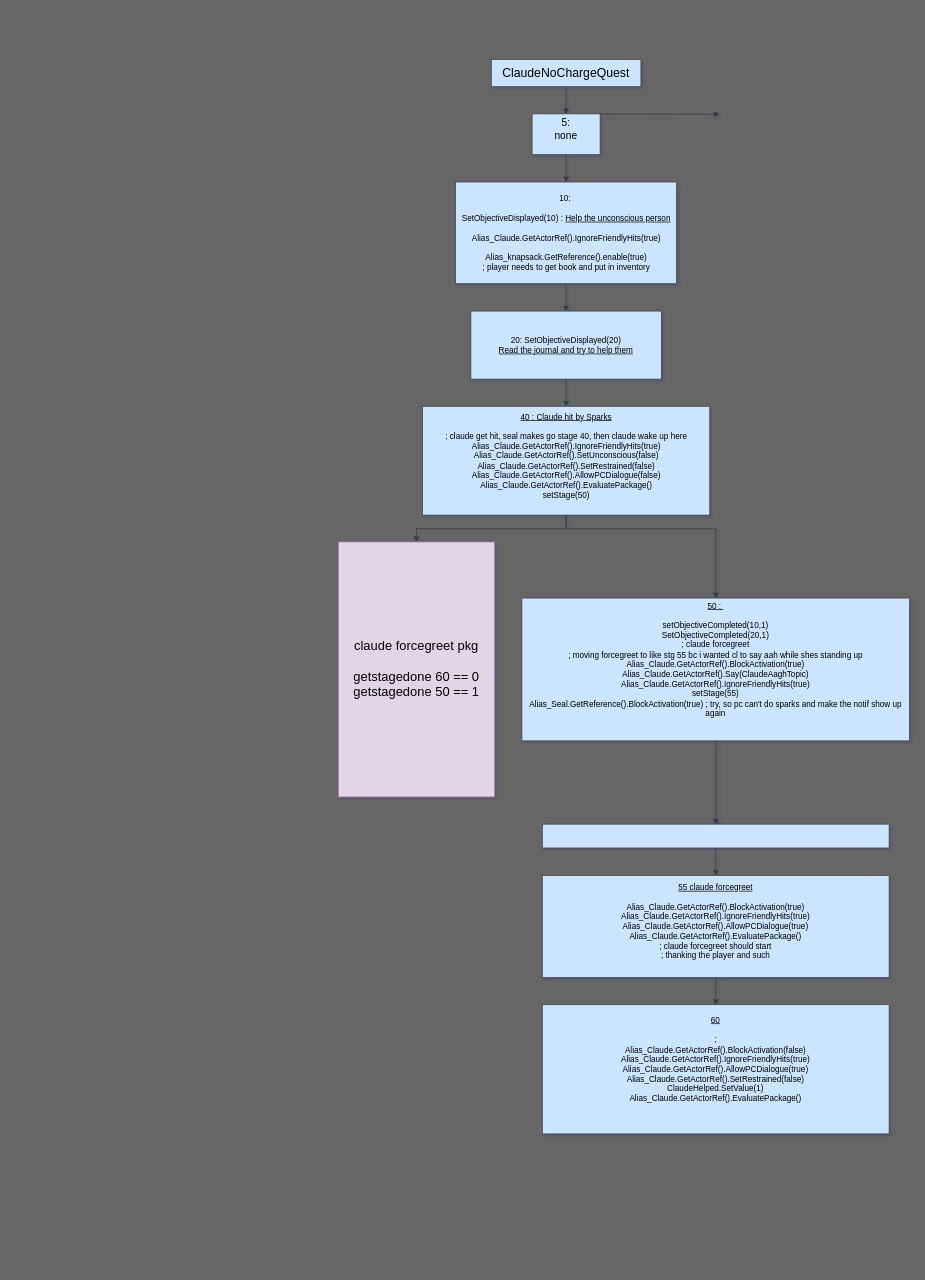
Before: Untitled Diagram.drawio in nadzuwu/plana, a draw.io diagram. Source tidied: cells renumbered, new cells numbered last; positions are measured from the earlier drawing's top-left corner, leaving out a move shared by most shapes. Both pictures are drawn from the tidied source at 68%, with x=0, y=0 at pixel (338, 12).
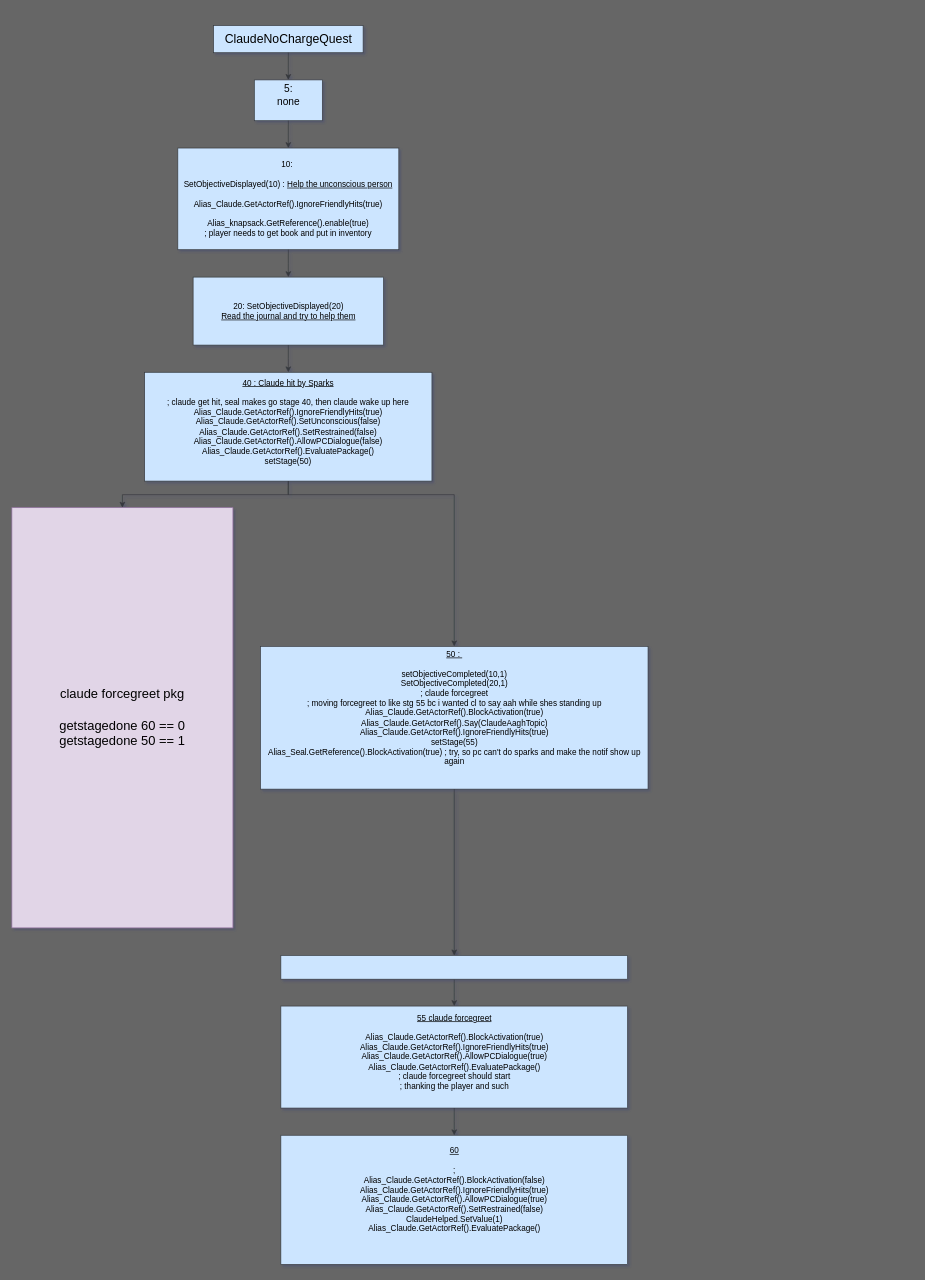
The same page after the edit.

Commit message:
why is this so user unfriendly HAHAHAHA

Unchanged cells that the change refers to:
```xml
<mxCell id="2" style="group;transparentBounds=1;groupPadding=20;containerType=tree;rounded=0;labelBackgroundColor=none;align=center;verticalAlign=middle;textShadow=0;whiteSpace=wrap;fillColor=none;" parent="1" vertex="1">
  <mxGeometry as="geometry" />
</mxCell>
```

The edit, as a diff of the source:
```diff
@@
     <mxCell id="3" value="&lt;font style=&quot;font-size: 18px;&quot;&gt;ClaudeNoChargeQuest&lt;/font&gt;" style="whiteSpace=wrap;html=1;rounded=0;labelBackgroundColor=none;align=center;verticalAlign=middle;textShadow=0;fillColor=#cce5ff;strokeColor=#36393d;" parent="2" vertex="1">
-      <mxGeometry x="225" y="70" width="220" height="40" as="geometry" />
+      <mxGeometry x="-183.5" y="20" width="220" height="40" as="geometry" />
     </mxCell>
-    <mxCell id="4" style="rounded=0;jettySize=auto;html=1;exitX=1;exitY=0;exitDx=0;exitDy=0;defaultLabelBackgroundColor=page;noEdgeStyle=1;orthogonal=1;curved=0;fontColor=default;align=center;verticalAlign=middle;textShadow=0;fillColor=#cce5ff;strokeColor=#36393d;" parent="2" edge="1" source="5">
-      <mxGeometry relative="1" as="geometry">
-        <mxPoint x="560.2" y="150.3" as="targetPoint" />
-      </mxGeometry>
-    </mxCell>
     <mxCell id="5" value="&lt;font style=&quot;font-size: 15px;&quot;&gt;5:&lt;br&gt;none&lt;/font&gt;&lt;div&gt;&lt;br&gt;&lt;/div&gt;" style="whiteSpace=wrap;html=1;points=[[0,0,1,0,0],[0.25,0,1,0,0],[0.5,0,1,0,0],[0.75,0,1,0,0],[1,0,1,0,0],[0,0.25,1,0,0],[0,0.5,1,0,0],[0,0.75,1,0,0],[1,0.25,1,0,0],[1,0.5,1,0,0],[1,0.75,1,0,0],[0,1,1,0,0],[0.25,1,1,0,0],[0.5,1,1,0,0],[0.75,1,1,0,0],[1,1,1,0,0],[0.8,0.75,0,0,0]];rounded=0;labelBackgroundColor=none;align=center;verticalAlign=middle;textShadow=0;fillColor=#cce5ff;strokeColor=#36393d;" parent="2" vertex="1">
-      <mxGeometry x="285" y="150" width="100" height="60" as="geometry" />
+      <mxGeometry x="-123.5" y="100" width="100" height="60" as="geometry" />
     </mxCell>
     <mxCell id="6" style="html=1;rounded=0;curved=0;sourcePerimeterSpacing=0;targetPerimeterSpacing=0;startSize=6;endSize=6;defaultLabelBackgroundColor=page;fontColor=default;align=center;verticalAlign=middle;textShadow=0;fillColor=#cce5ff;strokeColor=#36393d;exitX=0.5;exitY=1;entryX=0.5;entryY=0;edgeStyle=orthogonalEdgeStyle;" parent="2" edge="1" source="3" target="5">
       <mxGeometry relative="1" as="geometry">
         <Array as="points">
-          <mxPoint x="335" y="130" />
+          <mxPoint x="-73.5" y="80" />
         </Array>
       </mxGeometry>
     </mxCell>
     <mxCell id="7" style="html=1;rounded=0;curved=0;sourcePerimeterSpacing=0;targetPerimeterSpacing=0;startSize=6;endSize=6;defaultLabelBackgroundColor=page;fontColor=default;align=center;verticalAlign=middle;textShadow=0;fillColor=#cce5ff;strokeColor=#36393d;exitX=0.5;exitY=1;entryX=0.5;entryY=0;edgeStyle=orthogonalEdgeStyle;" parent="2" edge="1" source="5" target="8">
       <mxGeometry relative="1" as="geometry">
         <Array as="points">
-          <mxPoint x="335" y="230" />
+          <mxPoint x="-73.5" y="180" />
         </Array>
       </mxGeometry>
     </mxCell>
     <mxCell id="8" value="10:&amp;nbsp;&lt;div&gt;&lt;br&gt;&lt;div&gt;SetObjectiveDisplayed(10) : &lt;u&gt;Help the unconscious person&lt;/u&gt;&lt;/div&gt;&lt;div&gt;&lt;u&gt;&lt;br&gt;&lt;/u&gt;&lt;/div&gt;&lt;div&gt;Alias_Claude.GetActorRef().IgnoreFriendlyHits(true)&lt;/div&gt;&lt;div&gt;&lt;br&gt;&lt;/div&gt;&lt;div&gt;Alias_knapsack.GetReference().enable(true)&lt;/div&gt;&lt;div&gt;; player needs to get book and put in inventory&lt;/div&gt;&lt;/div&gt;" style="whiteSpace=wrap;html=1;points=[[0,0,1,0,0],[0.25,0,1,0,0],[0.5,0,1,0,0],[0.75,0,1,0,0],[1,0,1,0,0],[0,0.25,1,0,0],[0,0.5,1,0,0],[0,0.75,1,0,0],[1,0.25,1,0,0],[1,0.5,1,0,0],[1,0.75,1,0,0],[0,1,1,0,0],[0.25,1,1,0,0],[0.5,1,1,0,0],[0.75,1,1,0,0],[1,1,1,0,0],[0.8,0.75,0,0,0]];rounded=0;labelBackgroundColor=none;align=center;verticalAlign=middle;textShadow=0;fillColor=#cce5ff;strokeColor=#36393d;" parent="2" vertex="1">
-      <mxGeometry x="172.5" y="250.2" width="325" height="149.5" as="geometry" />
+      <mxGeometry x="-236" y="200.2" width="325" height="149.5" as="geometry" />
     </mxCell>
     <mxCell id="9" style="html=1;rounded=0;curved=0;sourcePerimeterSpacing=0;targetPerimeterSpacing=0;startSize=6;endSize=6;defaultLabelBackgroundColor=page;fontColor=default;align=center;verticalAlign=middle;textShadow=0;fillColor=#cce5ff;strokeColor=#36393d;exitX=0.5;exitY=1;entryX=0.5;entryY=0;edgeStyle=orthogonalEdgeStyle;" parent="2" edge="1" source="8" target="10">
       <mxGeometry relative="1" as="geometry">
         <Array as="points">
-          <mxPoint x="335" y="419.8" />
+          <mxPoint x="-73.5" y="369.8" />
         </Array>
       </mxGeometry>
     </mxCell>
     <mxCell id="10" value="&lt;div&gt;20: SetObjectiveDisplayed(20)&lt;/div&gt;&lt;div&gt;&lt;u&gt;Read the journal and try to help them&lt;/u&gt;&lt;/div&gt;" style="whiteSpace=wrap;html=1;points=[[0,0,1,0,0],[0.25,0,1,0,0],[0.5,0,1,0,0],[0.75,0,1,0,0],[1,0,1,0,0],[0,0.25,1,0,0],[0,0.5,1,0,0],[0,0.75,1,0,0],[1,0.25,1,0,0],[1,0.5,1,0,0],[1,0.75,1,0,0],[0,1,1,0,0],[0.25,1,1,0,0],[0.5,1,1,0,0],[0.75,1,1,0,0],[1,1,1,0,0],[0.8,0.75,0,0,0]];rounded=0;labelBackgroundColor=none;align=center;verticalAlign=middle;textShadow=0;fillColor=#cce5ff;strokeColor=#36393d;" parent="2" vertex="1">
-      <mxGeometry x="195" y="440" width="280" height="100" as="geometry" />
+      <mxGeometry x="-213.5" y="390" width="280" height="100" as="geometry" />
     </mxCell>
     <mxCell id="11" style="html=1;rounded=0;curved=0;sourcePerimeterSpacing=0;targetPerimeterSpacing=0;startSize=6;endSize=6;defaultLabelBackgroundColor=page;fontColor=default;align=center;verticalAlign=middle;textShadow=0;fillColor=#cce5ff;strokeColor=#36393d;exitX=0.5;exitY=1;entryX=0.5;entryY=0;edgeStyle=orthogonalEdgeStyle;" parent="2" edge="1" source="10" target="12">
       <mxGeometry relative="1" as="geometry">
         <Array as="points">
-          <mxPoint x="335" y="560" />
+          <mxPoint x="-73.5" y="510" />
         </Array>
       </mxGeometry>
     </mxCell>
     <mxCell id="12" value="&lt;div&gt;&lt;u&gt;40 : Claude hit by Sparks&lt;/u&gt;&lt;/div&gt;&lt;div&gt;&lt;u&gt;&lt;br&gt;&lt;/u&gt;; claude get hit, seal makes go stage 40, then claude wake up here&lt;/div&gt;&lt;div&gt;Alias_Claude.GetActorRef().IgnoreFriendlyHits(true)&lt;/div&gt;&lt;div&gt;Alias_Claude.GetActorRef().SetUnconscious(false)&lt;/div&gt;&lt;div&gt;Alias_Claude.GetActorRef().SetRestrained(false)&lt;/div&gt;&lt;div&gt;Alias_Claude.GetActorRef().AllowPCDialogue(false)&lt;/div&gt;&lt;div&gt;Alias_Claude.GetActorRef().EvaluatePackage()&lt;/div&gt;&lt;div&gt;setStage(50)&lt;/div&gt;&lt;div&gt;&lt;br&gt;&lt;/div&gt;" style="whiteSpace=wrap;html=1;points=[[0,0,1,0,0],[0.25,0,1,0,0],[0.5,0,1,0,0],[0.75,0,1,0,0],[1,0,1,0,0],[0,0.25,1,0,0],[0,0.5,1,0,0],[0,0.75,1,0,0],[1,0.25,1,0,0],[1,0.5,1,0,0],[1,0.75,1,0,0],[0,1,1,0,0],[0.25,1,1,0,0],[0.5,1,1,0,0],[0.75,1,1,0,0],[1,1,1,0,0],[0.8,0.75,0,0,0]];rounded=0;labelBackgroundColor=none;align=center;verticalAlign=middle;textShadow=0;fillColor=#cce5ff;strokeColor=#36393d;" parent="2" vertex="1">
-      <mxGeometry x="123.8" y="580" width="422.5" height="160" as="geometry" />
+      <mxGeometry x="-284.8" y="530" width="422.5" height="160" as="geometry" />
     </mxCell>
     <mxCell id="13" style="html=1;rounded=0;curved=0;sourcePerimeterSpacing=0;targetPerimeterSpacing=0;startSize=6;endSize=6;defaultLabelBackgroundColor=page;fontColor=default;align=center;verticalAlign=middle;textShadow=0;fillColor=#cce5ff;strokeColor=#36393d;exitX=0.5;exitY=1;entryX=0.5;entryY=0;edgeStyle=orthogonalEdgeStyle;" parent="2" edge="1" source="12" target="14">
       <mxGeometry relative="1" as="geometry">
         <Array as="points">
-          <mxPoint x="335" y="760" />
-          <mxPoint x="555" y="759.5" />
+          <mxPoint x="-73.5" y="710" />
+          <mxPoint x="170.5" y="709.1" />
         </Array>
       </mxGeometry>
     </mxCell>
     <mxCell id="14" value="&lt;div&gt;&lt;u&gt;50 :&amp;nbsp;&lt;/u&gt;&lt;/div&gt;&lt;div&gt;&lt;u&gt;&lt;br&gt;&lt;/u&gt;&lt;div&gt;setObjectiveCompleted(10,1)&lt;/div&gt;&lt;div&gt;SetObjectiveCompleted(20,1)&lt;/div&gt;&lt;div&gt;; claude forcegreet&lt;/div&gt;&lt;div&gt;; moving forcegreet to like stg 55 bc i wanted cl to say aah while shes standing up&lt;/div&gt;&lt;div&gt;Alias_Claude.GetActorRef().BlockActivation(true)&lt;/div&gt;&lt;div&gt;Alias_Claude.GetActorRef().Say(ClaudeAaghTopic)&lt;/div&gt;&lt;div&gt;Alias_Claude.GetActorRef().IgnoreFriendlyHits(true)&lt;/div&gt;&lt;div&gt;setStage(55)&lt;/div&gt;&lt;div&gt;Alias_Seal.GetReference().BlockActivation(true) ; try, so pc can't do sparks and make the notif show up again&lt;/div&gt;&lt;/div&gt;&lt;div&gt;&lt;br&gt;&lt;/div&gt;&lt;div&gt;&lt;br&gt;&lt;/div&gt;" style="whiteSpace=wrap;html=1;points=[[0,0,1,0,0],[0.25,0,1,0,0],[0.5,0,1,0,0],[0.75,0,1,0,0],[1,0,1,0,0],[0,0.25,1,0,0],[0,0.5,1,0,0],[0,0.75,1,0,0],[1,0.25,1,0,0],[1,0.5,1,0,0],[1,0.75,1,0,0],[0,1,1,0,0],[0.25,1,1,0,0],[0.5,1,1,0,0],[0.75,1,1,0,0],[1,1,1,0,0],[0.8,0.75,0,0,0]];rounded=0;labelBackgroundColor=none;align=center;verticalAlign=middle;textShadow=0;fillColor=#cce5ff;strokeColor=#36393d;" parent="2" vertex="1">
-      <mxGeometry x="270" y="862" width="570" height="210" as="geometry" />
+      <mxGeometry x="-114.5" y="933" width="570" height="210" as="geometry" />
     </mxCell>
     <mxCell id="15" style="html=1;rounded=0;curved=0;sourcePerimeterSpacing=0;targetPerimeterSpacing=0;startSize=6;endSize=6;defaultLabelBackgroundColor=page;fontColor=default;align=center;verticalAlign=middle;textShadow=0;fillColor=#cce5ff;strokeColor=#36393d;shadow=1;exitX=0.5;exitY=1;entryX=0.5;entryY=0;edgeStyle=orthogonalEdgeStyle;" parent="2" edge="1" source="14" target="22">
       <mxGeometry relative="1" as="geometry">
         <Array as="points">
-          <mxPoint x="555" y="1174.5" />
+          <mxPoint x="170.5" y="1366.9" />
         </Array>
       </mxGeometry>
     </mxCell>
     <mxCell id="16" value="&lt;div&gt;&lt;u&gt;55 claude forcegreet&lt;/u&gt;&lt;/div&gt;&lt;div&gt;&lt;u&gt;&lt;br&gt;&lt;/u&gt;&lt;div&gt;&lt;div&gt;Alias_Claude.GetActorRef().BlockActivation(true)&lt;/div&gt;&lt;div&gt;Alias_Claude.GetActorRef().IgnoreFriendlyHits(true)&lt;/div&gt;&lt;div&gt;Alias_Claude.GetActorRef().AllowPCDialogue(true)&lt;/div&gt;&lt;div&gt;Alias_Claude.GetActorRef().EvaluatePackage()&lt;/div&gt;&lt;div&gt;; claude forcegreet should start&lt;/div&gt;&lt;div&gt;; thanking the player and such&lt;/div&gt;&lt;/div&gt;&lt;/div&gt;&lt;div&gt;&lt;br&gt;&lt;/div&gt;" style="whiteSpace=wrap;html=1;points=[[0,0,1,0,0],[0.25,0,1,0,0],[0.5,0,1,0,0],[0.75,0,1,0,0],[1,0,1,0,0],[0,0.25,1,0,0],[0,0.5,1,0,0],[0,0.75,1,0,0],[1,0.25,1,0,0],[1,0.5,1,0,0],[1,0.75,1,0,0],[0,1,1,0,0],[0.25,1,1,0,0],[0.5,1,1,0,0],[0.75,1,1,0,0],[1,1,1,0,0],[0.8,0.75,0,0,0]];rounded=0;labelBackgroundColor=none;align=center;verticalAlign=middle;textShadow=0;fillColor=#cce5ff;strokeColor=#36393d;" parent="2" vertex="1">
-      <mxGeometry x="300" y="1270" width="510" height="150" as="geometry" />
+      <mxGeometry x="-84.5" y="1462" width="510" height="150" as="geometry" />
     </mxCell>
     <mxCell id="17" style="html=1;rounded=0;curved=0;sourcePerimeterSpacing=0;targetPerimeterSpacing=0;startSize=6;endSize=6;defaultLabelBackgroundColor=page;fontColor=default;align=center;verticalAlign=middle;textShadow=0;fillColor=#cce5ff;strokeColor=#36393d;exitX=0.5;exitY=1;entryX=0.5;entryY=0;edgeStyle=orthogonalEdgeStyle;" parent="2" edge="1" source="16" target="18">
       <mxGeometry relative="1" as="geometry">
         <Array as="points">
-          <mxPoint x="555" y="1440" />
+          <mxPoint x="170.5" y="1632" />
         </Array>
       </mxGeometry>
     </mxCell>
     <mxCell id="18" value="&lt;div&gt;&lt;u&gt;60&lt;/u&gt;&lt;/div&gt;&lt;div&gt;&lt;u&gt;&lt;br&gt;&lt;/u&gt;&lt;div&gt;&lt;div&gt;;&lt;/div&gt;&lt;div&gt;Alias_Claude.GetActorRef().BlockActivation(false)&lt;/div&gt;&lt;div&gt;Alias_Claude.GetActorRef().IgnoreFriendlyHits(true)&lt;/div&gt;&lt;div&gt;Alias_Claude.GetActorRef().AllowPCDialogue(true)&lt;/div&gt;&lt;div&gt;Alias_Claude.GetActorRef().SetRestrained(false)&lt;/div&gt;&lt;div&gt;ClaudeHelped.SetValue(1)&lt;/div&gt;&lt;div&gt;Alias_Claude.GetActorRef().EvaluatePackage()&lt;/div&gt;&lt;/div&gt;&lt;/div&gt;&lt;div&gt;&lt;br&gt;&lt;/div&gt;&lt;div&gt;&lt;br&gt;&lt;/div&gt;" style="whiteSpace=wrap;html=1;points=[[0,0,1,0,0],[0.25,0,1,0,0],[0.5,0,1,0,0],[0.75,0,1,0,0],[1,0,1,0,0],[0,0.25,1,0,0],[0,0.5,1,0,0],[0,0.75,1,0,0],[1,0.25,1,0,0],[1,0.5,1,0,0],[1,0.75,1,0,0],[0,1,1,0,0],[0.25,1,1,0,0],[0.5,1,1,0,0],[0.75,1,1,0,0],[1,1,1,0,0],[0.8,0.75,0,0,0]];rounded=0;labelBackgroundColor=none;align=center;verticalAlign=middle;textShadow=0;fillColor=#cce5ff;strokeColor=#36393d;" parent="2" vertex="1">
-      <mxGeometry x="300" y="1460" width="510" height="190" as="geometry" />
+      <mxGeometry x="-84.5" y="1652" width="510" height="190" as="geometry" />
     </mxCell>
     <mxCell id="19" style="html=1;rounded=0;curved=0;sourcePerimeterSpacing=0;targetPerimeterSpacing=0;startSize=6;endSize=6;defaultLabelBackgroundColor=page;fontColor=default;align=center;verticalAlign=middle;textShadow=0;fillColor=#cce5ff;strokeColor=#36393d;exitX=0.5;exitY=1;entryX=0.5;entryY=0;edgeStyle=orthogonalEdgeStyle;" parent="2" edge="1" source="12" target="20">
       <mxGeometry relative="1" as="geometry">
         <Array as="points">
-          <mxPoint x="335" y="760" />
-          <mxPoint x="115" y="760" />
+          <mxPoint x="-73.5" y="710" />
+          <mxPoint x="-317.5" y="710" />
         </Array>
       </mxGeometry>
     </mxCell>
     <mxCell id="20" value="&lt;font style=&quot;font-size: 19px;&quot;&gt;claude forcegreet pkg&lt;/font&gt;&lt;div&gt;&lt;font style=&quot;font-size: 19px;&quot;&gt;&lt;br&gt;&lt;/font&gt;&lt;/div&gt;&lt;div&gt;&lt;font style=&quot;font-size: 19px;&quot;&gt;getstagedone 60 == 0&lt;/font&gt;&lt;/div&gt;&lt;div&gt;&lt;font style=&quot;font-size: 19px;&quot;&gt;getstagedone 50 == 1&lt;/font&gt;&lt;/div&gt;" style="whiteSpace=wrap;html=1;points=[[0,0,1,0,0],[0.25,0,1,0,0],[0.5,0,1,0,0],[0.75,0,1,0,0],[1,0,1,0,0],[0,0.25,1,0,0],[0,0.5,1,0,0],[0,0.75,1,0,0],[1,0.25,1,0,0],[1,0.5,1,0,0],[1,0.75,1,0,0],[0,1,1,0,0],[0.25,1,1,0,0],[0.5,1,1,0,0],[0.75,1,1,0,0],[1,1,1,0,0],[0.8,0.75,0,0,0]];rounded=0;labelBackgroundColor=none;align=center;verticalAlign=middle;textShadow=0;fillColor=#e1d5e7;strokeColor=#9673a6;" parent="2" vertex="1">
-      <mxGeometry y="779.5" width="230" height="375" as="geometry" />
+      <mxGeometry x="-480" y="729.1" width="325" height="617.9" as="geometry" />
     </mxCell>
     <mxCell id="21" style="html=1;rounded=0;curved=0;sourcePerimeterSpacing=0;targetPerimeterSpacing=0;startSize=6;endSize=6;defaultLabelBackgroundColor=page;fontColor=default;align=center;verticalAlign=middle;textShadow=0;fillColor=#cce5ff;strokeColor=#36393d;exitX=0.5;exitY=1;entryX=0.5;entryY=0;edgeStyle=orthogonalEdgeStyle;" parent="2" edge="1" source="22" target="16">
       <mxGeometry relative="1" as="geometry">
         <Array as="points">
-          <mxPoint x="555" y="1249.5" />
+          <mxPoint x="170.5" y="1442.5" />
         </Array>
       </mxGeometry>
     </mxCell>
     <mxCell id="22" style="whiteSpace=wrap;html=1;points=[[0,0,1,0,0],[0.25,0,1,0,0],[0.5,0,1,0,0],[0.75,0,1,0,0],[1,0,1,0,0],[0,0.25,1,0,0],[0,0.5,1,0,0],[0,0.75,1,0,0],[1,0.25,1,0,0],[1,0.5,1,0,0],[1,0.75,1,0,0],[0,1,1,0,0],[0.25,1,1,0,0],[0.5,1,1,0,0],[0.75,1,1,0,0],[1,1,1,0,0],[0.8,0.75,0,0,0]];rounded=0;labelBackgroundColor=none;align=center;verticalAlign=middle;textShadow=0;fillColor=#cce5ff;strokeColor=#36393d;" parent="2" vertex="1">
-      <mxGeometry x="300" y="1194.5" width="510" height="35" as="geometry" />
+      <mxGeometry x="-84.5" y="1387.5" width="510" height="35" as="geometry" />
     </mxCell>
```
